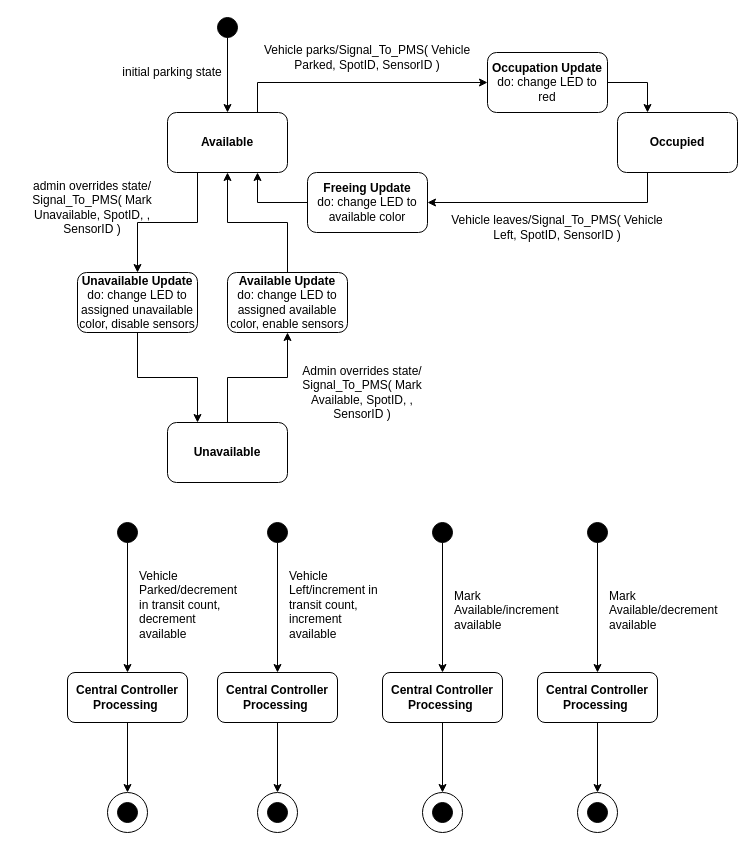
The draw.io diagram documentation/srs-drafts/diagram-xmls/Parking-Diagrams/parking-no-violation_V5.drawio in rlutz1/CS460-Project-1, before the edit. Source tidied: cells renumbered, new cells numbered last; positions are measured from the earlier drawing's top-left corner, leaving out a move shared by most shapes. Both pictures are drawn from the tidied source at 100%, with x=0, y=0 at pixel (17, 17).
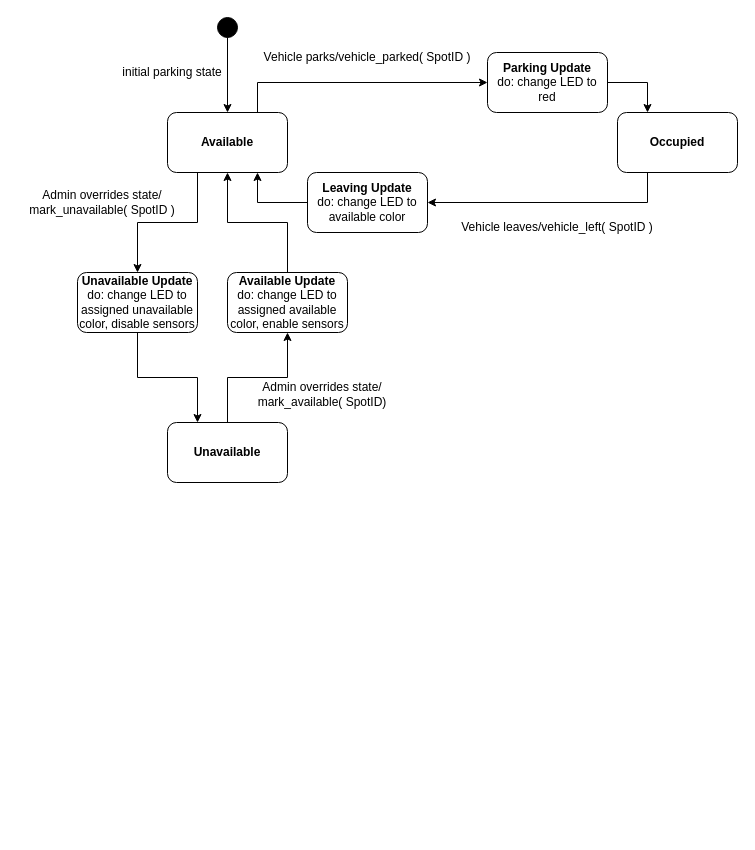
The same diagram, later.

Commit message:
adding the final parking sent to alekh, along with central controller components

What changed in the source:
```diff
@@
-    <mxCell id="14" value="&lt;div&gt;&lt;b&gt;Occupation Update&lt;/b&gt;&lt;/div&gt;do: change LED to red" style="rounded=1;whiteSpace=wrap;html=1;" parent="1" vertex="1">
+    <mxCell id="14" value="&lt;div&gt;&lt;b&gt;Parking Update&lt;/b&gt;&lt;/div&gt;do: change LED to red" style="rounded=1;whiteSpace=wrap;html=1;" parent="1" vertex="1">
       <mxGeometry x="470" y="35" width="120" height="60" as="geometry" />
     </mxCell>
-    <mxCell id="15" value="&lt;div&gt;&lt;b&gt;Freeing Update&lt;/b&gt;&lt;/div&gt;do: change LED to available color" style="rounded=1;whiteSpace=wrap;html=1;" parent="1" vertex="1">
+    <mxCell id="15" value="&lt;div&gt;&lt;b&gt;Leaving Update&lt;/b&gt;&lt;/div&gt;do: change LED to available color" style="rounded=1;whiteSpace=wrap;html=1;" parent="1" vertex="1">
       <mxGeometry x="290" y="155" width="120" height="60" as="geometry" />
     </mxCell>
@@
-    <mxCell id="20" value="Vehicle parks/Signal_To_PMS( Vehicle Parked, SpotID, SensorID )" style="text;html=1;whiteSpace=wrap;strokeColor=none;fillColor=none;align=center;verticalAlign=middle;rounded=0;" parent="1" vertex="1">
+    <mxCell id="20" value="Vehicle parks/vehicle_parked( SpotID )" style="text;html=1;whiteSpace=wrap;strokeColor=none;fillColor=none;align=center;verticalAlign=middle;rounded=0;" parent="1" vertex="1">
       <mxGeometry x="230" y="20" width="240" height="40" as="geometry" />
     </mxCell>
-    <mxCell id="21" value="Vehicle leaves/Signal_To_PMS( Vehicle Left, SpotID, SensorID&amp;nbsp;)" style="text;html=1;whiteSpace=wrap;strokeColor=none;fillColor=none;align=center;verticalAlign=middle;rounded=0;" parent="1" vertex="1">
+    <mxCell id="21" value="Vehicle leaves/vehicle_left( SpotID )" style="text;html=1;whiteSpace=wrap;strokeColor=none;fillColor=none;align=center;verticalAlign=middle;rounded=0;" parent="1" vertex="1">
       <mxGeometry x="420" y="185" width="240" height="50" as="geometry" />
     </mxCell>
-    <mxCell id="22" value="admin overrides state/&lt;br&gt;Signal_To_PMS( Mark Unavailable, SpotID, , SensorID )" style="text;html=1;whiteSpace=wrap;strokeColor=none;fillColor=none;align=center;verticalAlign=middle;rounded=0;" parent="1" vertex="1">
-      <mxGeometry y="155" width="150" height="70" as="geometry" />
+    <mxCell id="22" value="Admin overrides state/&lt;br&gt;mark_unavailable( SpotID )" style="text;html=1;whiteSpace=wrap;strokeColor=none;fillColor=none;align=center;verticalAlign=middle;rounded=0;" parent="1" vertex="1">
+      <mxGeometry y="160" width="170" height="50" as="geometry" />
     </mxCell>
-    <mxCell id="23" value="Admin overrides state/&lt;br&gt;Signal_To_PMS( Mark Available, SpotID, , SensorID )" style="text;html=1;whiteSpace=wrap;strokeColor=none;fillColor=none;align=center;verticalAlign=middle;rounded=0;" parent="1" vertex="1">
-      <mxGeometry x="270" y="345" width="150" height="60" as="geometry" />
+    <mxCell id="23" value="Admin overrides state/&lt;br&gt;mark_available( SpotID)" style="text;html=1;whiteSpace=wrap;strokeColor=none;fillColor=none;align=center;verticalAlign=middle;rounded=0;" parent="1" vertex="1">
+      <mxGeometry x="230" y="357" width="150" height="40" as="geometry" />
     </mxCell>
-    <mxCell id="24" style="ellipse;whiteSpace=wrap;html=1;" parent="1" vertex="1">
-      <mxGeometry x="90" y="775" width="40" height="40" as="geometry" />
-    </mxCell>
-    <mxCell id="25" style="ellipse;shape=doubleEllipse;whiteSpace=wrap;html=1;fillColor=#000000;strokeColor=#000000;" parent="1" vertex="1">
-      <mxGeometry x="100" y="505" width="20" height="20" as="geometry" />
-    </mxCell>
-    <mxCell id="26" style="edgeStyle=orthogonalEdgeStyle;rounded=0;jettySize=auto;html=1;exitX=0.5;exitY=1;exitDx=0;exitDy=0;entryX=0.5;entryY=0;entryDx=0;entryDy=0;" parent="1" edge="1" source="27" target="24">
-      <mxGeometry relative="1" as="geometry" />
-    </mxCell>
-    <mxCell id="27" value="&lt;div&gt;&lt;b&gt;&lt;br&gt;&lt;/b&gt;&lt;/div&gt;&lt;div&gt;&lt;b&gt;Central Controller Processing&amp;nbsp;&lt;/b&gt;&lt;/div&gt;&lt;div&gt;&lt;br&gt;&lt;/div&gt;" style="rounded=1;whiteSpace=wrap;html=1;" parent="1" vertex="1">
-      <mxGeometry x="50" y="655" width="120" height="50" as="geometry" />
-    </mxCell>
-    <mxCell id="28" style="edgeStyle=orthogonalEdgeStyle;rounded=0;jettySize=auto;html=1;exitX=0.5;exitY=1;exitDx=0;exitDy=0;entryX=0.5;entryY=0;entryDx=0;entryDy=0;" parent="1" edge="1" source="25" target="27">
-      <mxGeometry relative="1" as="geometry" />
-    </mxCell>
-    <mxCell id="29" value="Vehicle Parked/decrement in transit count, decrement available" style="text;whiteSpace=wrap;html=1;" parent="1" vertex="1">
-      <mxGeometry x="120" y="545" width="100" height="90" as="geometry" />
-    </mxCell>
-    <mxCell id="30" style="ellipse;shape=doubleEllipse;whiteSpace=wrap;html=1;fillColor=#000000;strokeColor=#000000;" parent="1" vertex="1">
-      <mxGeometry x="100" y="785" width="20" height="20" as="geometry" />
-    </mxCell>
-    <mxCell id="31" style="ellipse;whiteSpace=wrap;html=1;" parent="1" vertex="1">
-      <mxGeometry x="240" y="775" width="40" height="40" as="geometry" />
-    </mxCell>
-    <mxCell id="32" style="ellipse;shape=doubleEllipse;whiteSpace=wrap;html=1;fillColor=#000000;strokeColor=#000000;" parent="1" vertex="1">
-      <mxGeometry x="250" y="505" width="20" height="20" as="geometry" />
-    </mxCell>
-    <mxCell id="33" style="edgeStyle=orthogonalEdgeStyle;rounded=0;jettySize=auto;html=1;exitX=0.5;exitY=1;exitDx=0;exitDy=0;entryX=0.5;entryY=0;entryDx=0;entryDy=0;" parent="1" edge="1" source="34" target="31">
-      <mxGeometry relative="1" as="geometry" />
-    </mxCell>
-    <mxCell id="34" value="&lt;div&gt;&lt;b&gt;&lt;br&gt;&lt;/b&gt;&lt;/div&gt;&lt;div&gt;&lt;b&gt;Central Controller Processing&amp;nbsp;&lt;/b&gt;&lt;/div&gt;&lt;div&gt;&lt;br&gt;&lt;/div&gt;" style="rounded=1;whiteSpace=wrap;html=1;" parent="1" vertex="1">
-      <mxGeometry x="200" y="655" width="120" height="50" as="geometry" />
-    </mxCell>
-    <mxCell id="35" style="edgeStyle=orthogonalEdgeStyle;rounded=0;jettySize=auto;html=1;exitX=0.5;exitY=1;exitDx=0;exitDy=0;entryX=0.5;entryY=0;entryDx=0;entryDy=0;" parent="1" edge="1" source="32" target="34">
-      <mxGeometry relative="1" as="geometry" />
-    </mxCell>
-    <mxCell id="36" value="Vehicle Left/increment in transit count, increment available" style="text;whiteSpace=wrap;html=1;" parent="1" vertex="1">
-      <mxGeometry x="270" y="545" width="100" height="90" as="geometry" />
-    </mxCell>
-    <mxCell id="37" style="ellipse;shape=doubleEllipse;whiteSpace=wrap;html=1;fillColor=#000000;strokeColor=#000000;" parent="1" vertex="1">
-      <mxGeometry x="250" y="785" width="20" height="20" as="geometry" />
-    </mxCell>
-    <mxCell id="38" style="ellipse;whiteSpace=wrap;html=1;" parent="1" vertex="1">
-      <mxGeometry x="405" y="775" width="40" height="40" as="geometry" />
-    </mxCell>
-    <mxCell id="39" style="ellipse;shape=doubleEllipse;whiteSpace=wrap;html=1;fillColor=#000000;strokeColor=#000000;" parent="1" vertex="1">
-      <mxGeometry x="415" y="505" width="20" height="20" as="geometry" />
-    </mxCell>
-    <mxCell id="40" style="edgeStyle=orthogonalEdgeStyle;rounded=0;jettySize=auto;html=1;exitX=0.5;exitY=1;exitDx=0;exitDy=0;entryX=0.5;entryY=0;entryDx=0;entryDy=0;" parent="1" edge="1" source="41" target="38">
-      <mxGeometry relative="1" as="geometry" />
-    </mxCell>
-    <mxCell id="41" value="&lt;div&gt;&lt;b&gt;&lt;br&gt;&lt;/b&gt;&lt;/div&gt;&lt;div&gt;&lt;b&gt;Central Controller Processing&amp;nbsp;&lt;/b&gt;&lt;/div&gt;&lt;div&gt;&lt;br&gt;&lt;/div&gt;" style="rounded=1;whiteSpace=wrap;html=1;" parent="1" vertex="1">
-      <mxGeometry x="365" y="655" width="120" height="50" as="geometry" />
-    </mxCell>
-    <mxCell id="42" style="edgeStyle=orthogonalEdgeStyle;rounded=0;jettySize=auto;html=1;exitX=0.5;exitY=1;exitDx=0;exitDy=0;entryX=0.5;entryY=0;entryDx=0;entryDy=0;" parent="1" edge="1" source="39" target="41">
-      <mxGeometry relative="1" as="geometry" />
-    </mxCell>
-    <mxCell id="43" style="ellipse;shape=doubleEllipse;whiteSpace=wrap;html=1;fillColor=#000000;strokeColor=#000000;" parent="1" vertex="1">
-      <mxGeometry x="415" y="785" width="20" height="20" as="geometry" />
-    </mxCell>
-    <mxCell id="44" value="Mark Available/increment available" style="text;whiteSpace=wrap;html=1;" parent="1" vertex="1">
-      <mxGeometry x="435" y="565" width="100" height="60" as="geometry" />
-    </mxCell>
-    <mxCell id="45" style="ellipse;whiteSpace=wrap;html=1;" parent="1" vertex="1">
-      <mxGeometry x="560" y="775" width="40" height="40" as="geometry" />
-    </mxCell>
-    <mxCell id="46" style="ellipse;shape=doubleEllipse;whiteSpace=wrap;html=1;fillColor=#000000;strokeColor=#000000;" parent="1" vertex="1">
-      <mxGeometry x="570" y="505" width="20" height="20" as="geometry" />
-    </mxCell>
-    <mxCell id="47" style="edgeStyle=orthogonalEdgeStyle;rounded=0;jettySize=auto;html=1;exitX=0.5;exitY=1;exitDx=0;exitDy=0;entryX=0.5;entryY=0;entryDx=0;entryDy=0;" parent="1" edge="1" source="48" target="45">
-      <mxGeometry relative="1" as="geometry" />
-    </mxCell>
-    <mxCell id="48" value="&lt;div&gt;&lt;b&gt;&lt;br&gt;&lt;/b&gt;&lt;/div&gt;&lt;div&gt;&lt;b&gt;Central Controller Processing&amp;nbsp;&lt;/b&gt;&lt;/div&gt;&lt;div&gt;&lt;br&gt;&lt;/div&gt;" style="rounded=1;whiteSpace=wrap;html=1;" parent="1" vertex="1">
-      <mxGeometry x="520" y="655" width="120" height="50" as="geometry" />
-    </mxCell>
-    <mxCell id="49" style="edgeStyle=orthogonalEdgeStyle;rounded=0;jettySize=auto;html=1;exitX=0.5;exitY=1;exitDx=0;exitDy=0;entryX=0.5;entryY=0;entryDx=0;entryDy=0;" parent="1" edge="1" source="46" target="48">
-      <mxGeometry relative="1" as="geometry" />
-    </mxCell>
-    <mxCell id="50" style="ellipse;shape=doubleEllipse;whiteSpace=wrap;html=1;fillColor=#000000;strokeColor=#000000;" parent="1" vertex="1">
-      <mxGeometry x="570" y="785" width="20" height="20" as="geometry" />
-    </mxCell>
-    <mxCell id="51" value="Mark Available/decrement available" style="text;whiteSpace=wrap;html=1;" parent="1" vertex="1">
-      <mxGeometry x="590" y="565" width="100" height="60" as="geometry" />
-    </mxCell>
```
